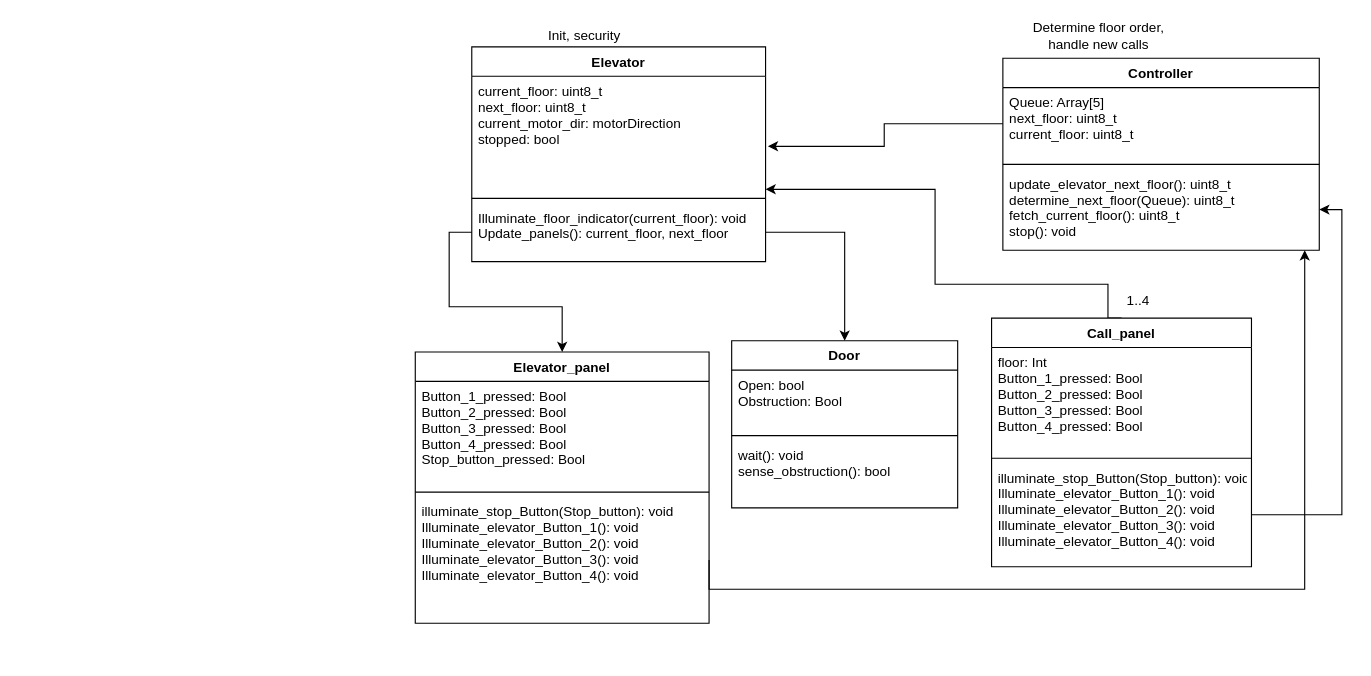
Earlier version of the draw.io diagram page "Objektdiagram" (3 of 4) of state_machine.drawio (hk-lor/Tilpdat-TTK4235-heis). Source tidied: cells renumbered, new cells numbered last; positions are measured from the earlier drawing's top-left corner, leaving out a move shared by most shapes. Both pictures are drawn from the tidied source at 113%, with x=0, y=0 at pixel (415, 24).
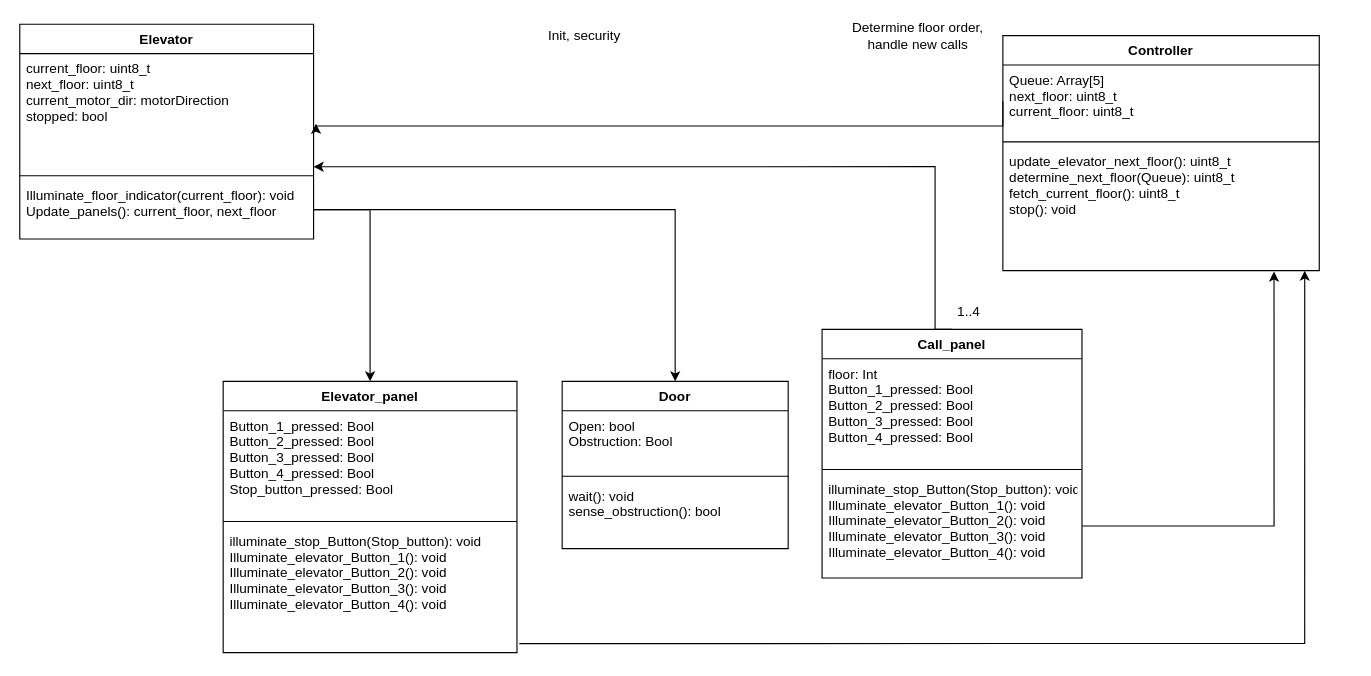
The same page after the edit.

Unchanged cells that the change refers to:
```xml
<mxCell id="3" value="current_floor: uint8_t&#10;next_floor: uint8_t&#10;current_motor_dir: motorDirection&#10;stopped: bool&#10;&#10;&#10; &#10;&#10;&#10;&#10;&#10;&#10;&#10;" style="text;strokeColor=none;fillColor=none;align=left;verticalAlign=top;spacingLeft=4;spacingRight=4;overflow=hidden;points=[[0,0.5],[1,0.5]];portConstraint=eastwest;" parent="2" vertex="1">
  <mxGeometry y="26" width="260" height="104" as="geometry" />
</mxCell>
<mxCell id="10" value="illuminate_stop_Button(Stop_button): void&#10;Illuminate_elevator_Button_1(): void&#10;Illuminate_elevator_Button_2(): void&#10;Illuminate_elevator_Button_3(): void&#10;Illuminate_elevator_Button_4(): void&#10;&#10;&#10;&#10;&#10;&#10;" style="text;strokeColor=none;fillColor=none;align=left;verticalAlign=top;spacingLeft=4;spacingRight=4;overflow=hidden;points=[[0,0.5],[1,0.5]];portConstraint=eastwest;" parent="7" vertex="1">
  <mxGeometry y="128" width="230" height="92" as="geometry" />
</mxCell>
<mxCell id="14" value="illuminate_stop_Button(Stop_button): void&#10;Illuminate_elevator_Button_1(): void&#10;Illuminate_elevator_Button_2(): void&#10;Illuminate_elevator_Button_3(): void&#10;Illuminate_elevator_Button_4(): void&#10;&#10;&#10;&#10;" style="text;strokeColor=none;fillColor=none;align=left;verticalAlign=top;spacingLeft=4;spacingRight=4;overflow=hidden;points=[[0,0.5],[1,0.5]];portConstraint=eastwest;" parent="11" vertex="1">
  <mxGeometry y="128" width="260" height="112" as="geometry" />
</mxCell>
<mxCell id="20" value="Queue: Array[5]&#10;next_floor: uint8_t&#10;current_floor: uint8_t" style="text;strokeColor=none;fillColor=none;align=left;verticalAlign=top;spacingLeft=4;spacingRight=4;overflow=hidden;points=[[0,0.5],[1,0.5]];portConstraint=eastwest;" parent="19" vertex="1">
  <mxGeometry y="26" width="280" height="64" as="geometry" />
</mxCell>
```

What changed in the source:
```diff
@@
     <mxCell id="2" value="Elevator" style="swimlane;fontStyle=1;align=center;verticalAlign=top;horizontal=1;startSize=26;" parent="1" vertex="1">
-      <mxGeometry x="50" y="20" width="260" height="190" as="geometry" />
+      <mxGeometry x="-350" width="260" height="190" as="geometry" />
     </mxCell>
@@
     <mxCell id="6" style="edgeStyle=orthogonalEdgeStyle;rounded=0;jettySize=auto;html=1;exitX=0.5;exitY=0;exitDx=0;exitDy=0;entryX=1;entryY=0.962;entryDx=0;entryDy=0;entryPerimeter=0;" parent="1" edge="1" source="7" target="3">
       <mxGeometry relative="1" as="geometry">
         <Array as="points">
-          <mxPoint x="613" y="230" />
-          <mxPoint x="460" y="230" />
-          <mxPoint x="460" y="146" />
+          <mxPoint x="460" y="270" />
+          <mxPoint x="460" y="126" />
         </Array>
       </mxGeometry>
     </mxCell>
     <mxCell id="7" value="Call_panel&#10;&#10;" style="swimlane;fontStyle=1;align=center;verticalAlign=top;horizontal=1;startSize=26;" parent="1" vertex="1">
-      <mxGeometry x="510" y="260" width="230" height="220" as="geometry" />
+      <mxGeometry x="360" y="270" width="230" height="220" as="geometry" />
     </mxCell>
@@
     <mxCell id="11" value="Elevator_panel" style="swimlane;fontStyle=1;align=center;verticalAlign=top;horizontal=1;startSize=26;" parent="1" vertex="1">
-      <mxGeometry y="290" width="260" height="240" as="geometry" />
+      <mxGeometry x="-170" y="316" width="260" height="240" as="geometry" />
     </mxCell>
@@
     <mxCell id="15" value="Door" style="swimlane;fontStyle=1;align=center;verticalAlign=top;horizontal=1;startSize=26;" parent="1" vertex="1">
-      <mxGeometry x="280" y="280" width="200" height="148" as="geometry" />
+      <mxGeometry x="130" y="316" width="200" height="148" as="geometry" />
     </mxCell>
@@
     <mxCell id="19" value="Controller&#10;" style="swimlane;fontStyle=1;align=center;verticalAlign=top;horizontal=1;startSize=26;" parent="1" vertex="1">
-      <mxGeometry x="520" y="30" width="280" height="170" as="geometry" />
+      <mxGeometry x="520" y="10" width="280" height="208" as="geometry" />
     </mxCell>
@@
     <mxCell id="22" value="update_elevator_next_floor(): uint8_t&#10;determine_next_floor(Queue): uint8_t&#10;fetch_current_floor(): uint8_t&#10;stop(): void&#10;&#10;" style="text;strokeColor=none;fillColor=none;align=left;verticalAlign=top;spacingLeft=4;spacingRight=4;overflow=hidden;points=[[0,0.5],[1,0.5]];portConstraint=eastwest;" parent="19" vertex="1">
-      <mxGeometry y="98" width="280" height="72" as="geometry" />
+      <mxGeometry y="98" width="280" height="110" as="geometry" />
     </mxCell>
     <mxCell id="23" style="edgeStyle=orthogonalEdgeStyle;rounded=0;jettySize=auto;html=1;exitX=0;exitY=0.5;exitDx=0;exitDy=0;entryX=1.008;entryY=0.596;entryDx=0;entryDy=0;entryPerimeter=0;" parent="1" edge="1" source="20" target="3">
-      <mxGeometry relative="1" as="geometry" />
+      <mxGeometry relative="1" as="geometry">
+        <Array as="points">
+          <mxPoint x="520" y="90" />
+          <mxPoint x="-88" y="90" />
+        </Array>
+      </mxGeometry>
     </mxCell>
     <mxCell id="24" value="1..4" style="text;html=1;strokeColor=none;fillColor=none;align=center;verticalAlign=middle;whiteSpace=wrap;rounded=0;" parent="1" vertex="1">
-      <mxGeometry x="610" y="230" width="60" height="30" as="geometry" />
+      <mxGeometry x="460" y="240" width="60" height="30" as="geometry" />
     </mxCell>
@@
     <mxCell id="27" value="Determine floor order, handle new calls" style="text;html=1;strokeColor=none;fillColor=none;align=center;verticalAlign=middle;whiteSpace=wrap;rounded=0;" parent="1" vertex="1">
-      <mxGeometry x="540" width="130" height="20" as="geometry" />
+      <mxGeometry x="380" width="130" height="20" as="geometry" />
     </mxCell>
@@
-    <mxCell id="29" style="edgeStyle=orthogonalEdgeStyle;rounded=0;jettySize=auto;html=1;exitX=1;exitY=0.5;exitDx=0;exitDy=0;entryX=1;entryY=0.5;entryDx=0;entryDy=0;" parent="1" edge="1" source="10" target="22">
+    <mxCell id="29" style="edgeStyle=orthogonalEdgeStyle;rounded=0;jettySize=auto;html=1;exitX=1;exitY=0.5;exitDx=0;exitDy=0;entryX=0.857;entryY=1.007;entryDx=0;entryDy=0;entryPerimeter=0;" parent="1" edge="1" source="10" target="22">
       <mxGeometry relative="1" as="geometry" />
     </mxCell>
-    <mxCell id="30" style="edgeStyle=orthogonalEdgeStyle;rounded=0;jettySize=auto;html=1;exitX=1;exitY=0.5;exitDx=0;exitDy=0;entryX=0.954;entryY=1;entryDx=0;entryDy=0;entryPerimeter=0;" parent="1" edge="1" source="14" target="22">
+    <mxCell id="30" style="edgeStyle=orthogonalEdgeStyle;rounded=0;jettySize=auto;html=1;exitX=1.008;exitY=0.929;exitDx=0;exitDy=0;entryX=0.954;entryY=1;entryDx=0;entryDy=0;entryPerimeter=0;exitPerimeter=0;" parent="1" edge="1" source="14" target="22">
       <mxGeometry relative="1" as="geometry">
         <Array as="points">
-          <mxPoint x="260" y="500" />
-          <mxPoint x="787" y="500" />
+          <mxPoint x="787" y="548" />
         </Array>
       </mxGeometry>
     </mxCell>
```
